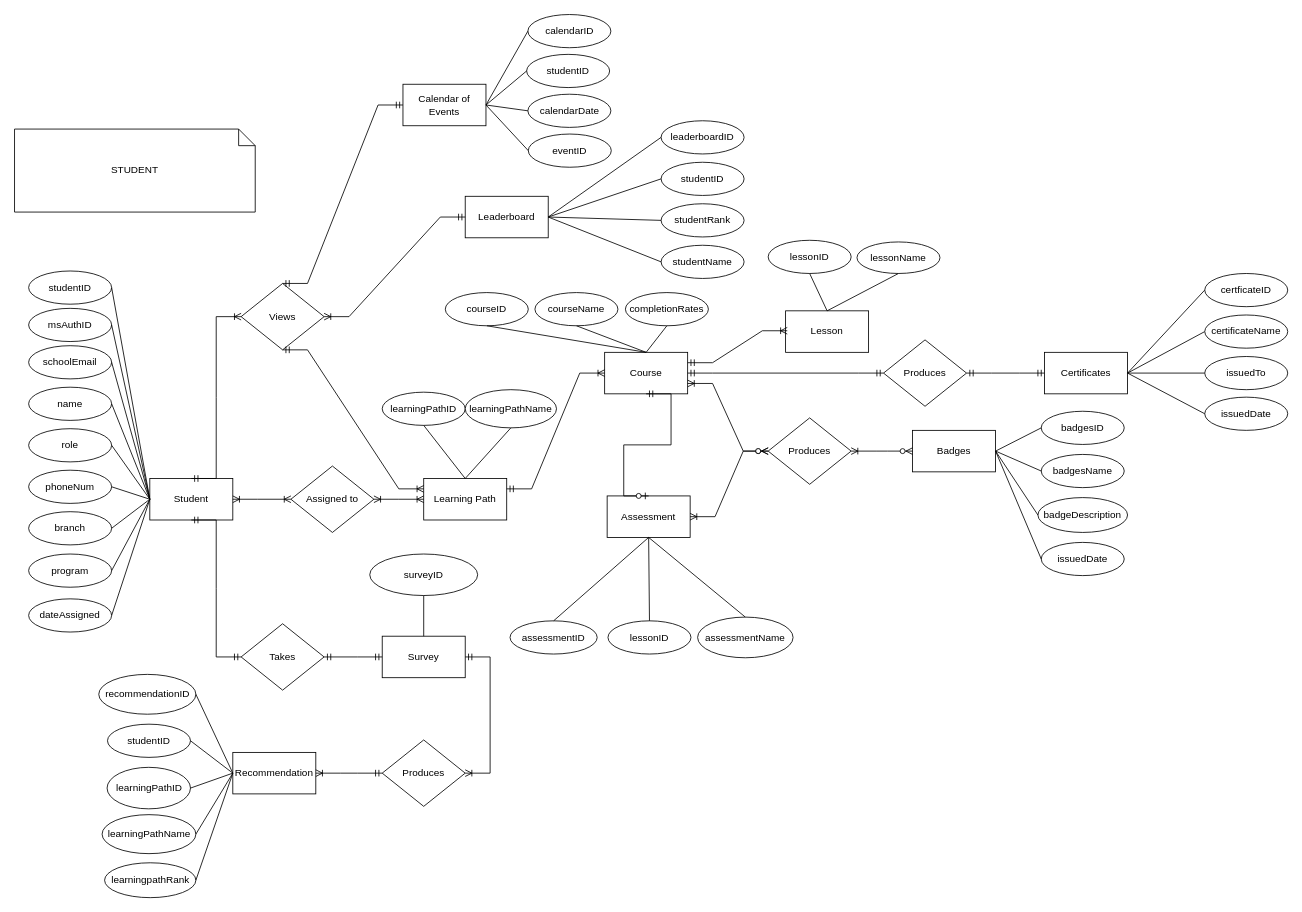
This is page "Page-3" (1 of 4) of SL-Activities/Task121/.drawio from rnrhltn/javanc3uc1, a draw.io file, before an edit. Source tidied: cells renumbered, new cells numbered last; positions are measured from the earlier drawing's top-left corner, leaving out a move shared by most shapes. Both pictures are drawn from the tidied source at 83%, with x=0, y=0 at pixel (14, 14).
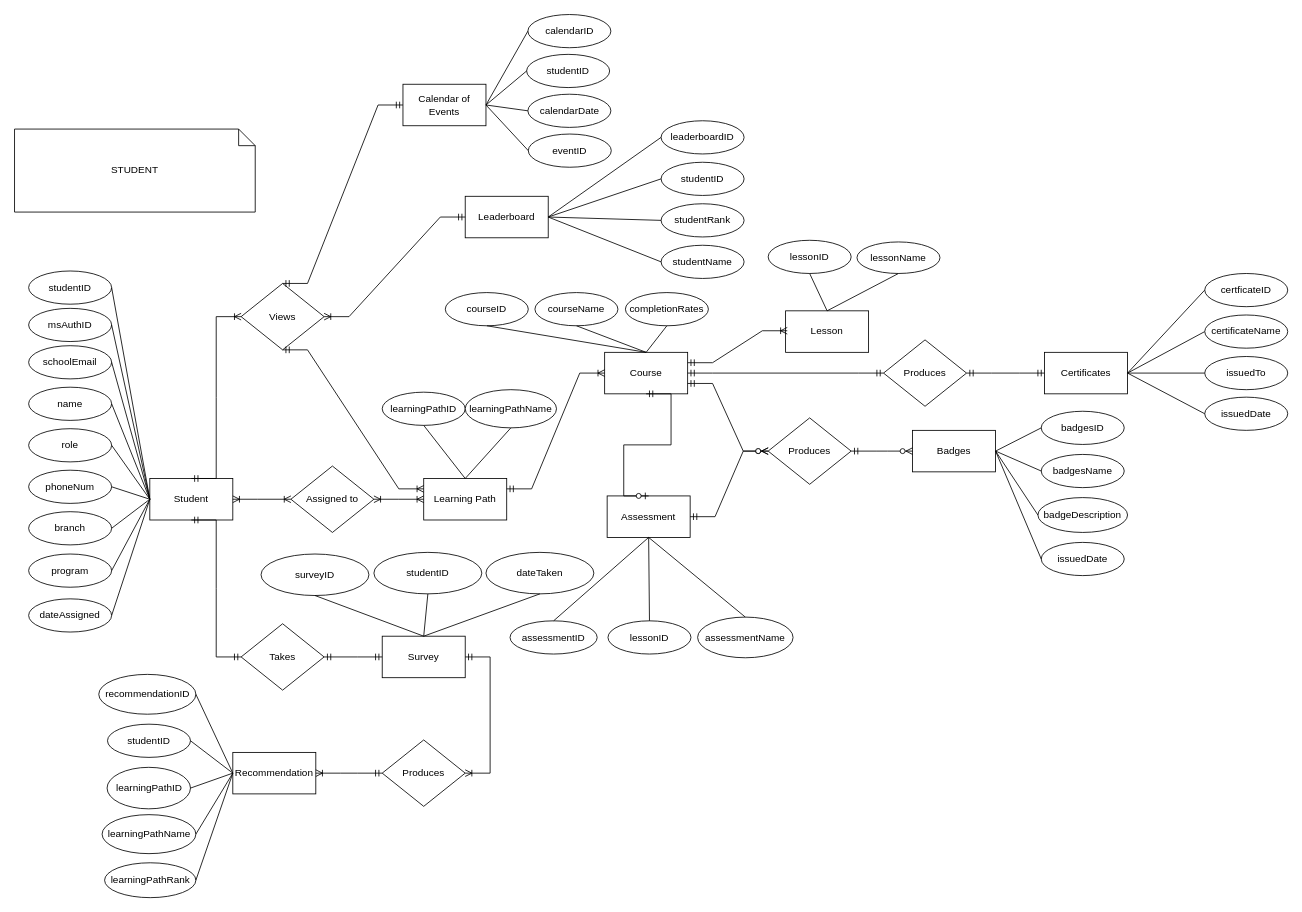
The same diagram, later.

The change refers to these unchanged cells:
```xml
<mxCell id="18" value="Survey" style="html=1;dashed=0;whiteSpace=wrap;" parent="1" vertex="1">
  <mxGeometry x="443" y="749" width="100" height="50" as="geometry" />
</mxCell>
<mxCell id="25" value="Assessment" style="html=1;dashed=0;whiteSpace=wrap;" parent="1" vertex="1">
  <mxGeometry x="714" y="580" width="100" height="50" as="geometry" />
</mxCell>
<mxCell id="29" value="Course" style="html=1;dashed=0;whiteSpace=wrap;" parent="1" vertex="1">
  <mxGeometry x="711" y="407" width="100" height="50" as="geometry" />
</mxCell>
<mxCell id="80" value="Badges" style="html=1;dashed=0;whiteSpace=wrap;" parent="1" vertex="1">
  <mxGeometry x="1082" y="501" width="100" height="50" as="geometry" />
</mxCell>
<mxCell id="99" value="Produces" style="shape=rhombus;html=1;dashed=0;whiteSpace=wrap;perimeter=rhombusPerimeter;" parent="1" vertex="1">
  <mxGeometry x="908" y="486" width="100" height="80" as="geometry" />
</mxCell>
```

Change to the diagram source:
```diff
@@
     <mxCell id="54" value="surveyID" style="ellipse;whiteSpace=wrap;html=1;align=center;" parent="1" vertex="1">
-      <mxGeometry x="428" y="650" width="130" height="50" as="geometry" />
+      <mxGeometry x="297" y="650" width="130" height="50" as="geometry" />
     </mxCell>
@@
-    <mxCell id="81" style="edgeStyle=entityRelationEdgeStyle;fontSize=12;html=1;endArrow=ERoneToMany;startArrow=ERzeroToMany;rounded=0;exitX=0;exitY=0.5;exitDx=0;exitDy=0;entryX=1;entryY=0.75;entryDx=0;entryDy=0;" parent="1" edge="1" source="99" target="29">
-      <mxGeometry relative="1" as="geometry" />
-    </mxCell>
@@
-    <mxCell id="100" style="edgeStyle=entityRelationEdgeStyle;fontSize=12;html=1;endArrow=ERoneToMany;startArrow=ERzeroToMany;rounded=0;exitX=0;exitY=0.5;exitDx=0;exitDy=0;entryX=1;entryY=0.5;entryDx=0;entryDy=0;" parent="1" edge="1" source="80" target="99">
-      <mxGeometry relative="1" as="geometry">
-        <Array as="points">
-          <mxPoint x="1138" y="432" />
-        </Array>
-      </mxGeometry>
-    </mxCell>
@@
-    <mxCell id="103" style="edgeStyle=entityRelationEdgeStyle;fontSize=12;html=1;endArrow=ERoneToMany;startArrow=ERzeroToMany;rounded=0;exitX=0;exitY=0.5;exitDx=0;exitDy=0;entryX=1;entryY=0.5;entryDx=0;entryDy=0;" parent="1" edge="1" source="99" target="25">
-      <mxGeometry relative="1" as="geometry" />
-    </mxCell>
-    <mxCell id="104" value="learningpathRank" style="ellipse;whiteSpace=wrap;html=1;align=center;" parent="1" vertex="1">
+    <mxCell id="104" value="learningPathRank" style="ellipse;whiteSpace=wrap;html=1;align=center;" parent="1" vertex="1">
       <mxGeometry x="108.5" y="1022" width="110" height="42" as="geometry" />
     </mxCell>
@@
+    <mxCell id="121" value="dateTaken" style="ellipse;whiteSpace=wrap;html=1;align=center;" parent="1" vertex="1">
+      <mxGeometry x="568" y="648" width="130" height="50" as="geometry" />
+    </mxCell>
+    <mxCell id="122" style="endArrow=none;html=1;rounded=0;entryX=0.5;entryY=0;entryDx=0;entryDy=0;exitX=0.5;exitY=1;exitDx=0;exitDy=0;" parent="1" edge="1" source="121" target="18">
+      <mxGeometry relative="1" as="geometry" />
+    </mxCell>
+    <mxCell id="123" value="studentID" style="ellipse;whiteSpace=wrap;html=1;align=center;" parent="1" vertex="1">
+      <mxGeometry x="433" y="648" width="130" height="50" as="geometry" />
+    </mxCell>
+    <mxCell id="124" style="endArrow=none;html=1;rounded=0;exitX=0.5;exitY=1;exitDx=0;exitDy=0;entryX=0.5;entryY=0;entryDx=0;entryDy=0;" parent="1" edge="1" source="123" target="18">
+      <mxGeometry relative="1" as="geometry" />
+    </mxCell>
+    <mxCell id="125" style="edgeStyle=entityRelationEdgeStyle;fontSize=12;html=1;endArrow=ERzeroToMany;startArrow=ERmandOne;rounded=0;exitX=1;exitY=0.5;exitDx=0;exitDy=0;entryX=0;entryY=0.5;entryDx=0;entryDy=0;" parent="1" edge="1" source="25" target="99">
+      <mxGeometry relative="1" as="geometry" />
+    </mxCell>
+    <mxCell id="126" style="edgeStyle=entityRelationEdgeStyle;fontSize=12;html=1;endArrow=ERzeroToMany;startArrow=ERmandOne;rounded=0;entryX=0;entryY=0.5;entryDx=0;entryDy=0;exitX=1;exitY=0.5;exitDx=0;exitDy=0;" parent="1" edge="1" source="99" target="80">
+      <mxGeometry relative="1" as="geometry" />
+    </mxCell>
+    <mxCell id="127" style="edgeStyle=entityRelationEdgeStyle;fontSize=12;html=1;endArrow=ERzeroToMany;startArrow=ERmandOne;rounded=0;exitX=1;exitY=0.75;exitDx=0;exitDy=0;entryX=0;entryY=0.5;entryDx=0;entryDy=0;" parent="1" edge="1" source="29" target="99">
+      <mxGeometry relative="1" as="geometry" />
+    </mxCell>
```
